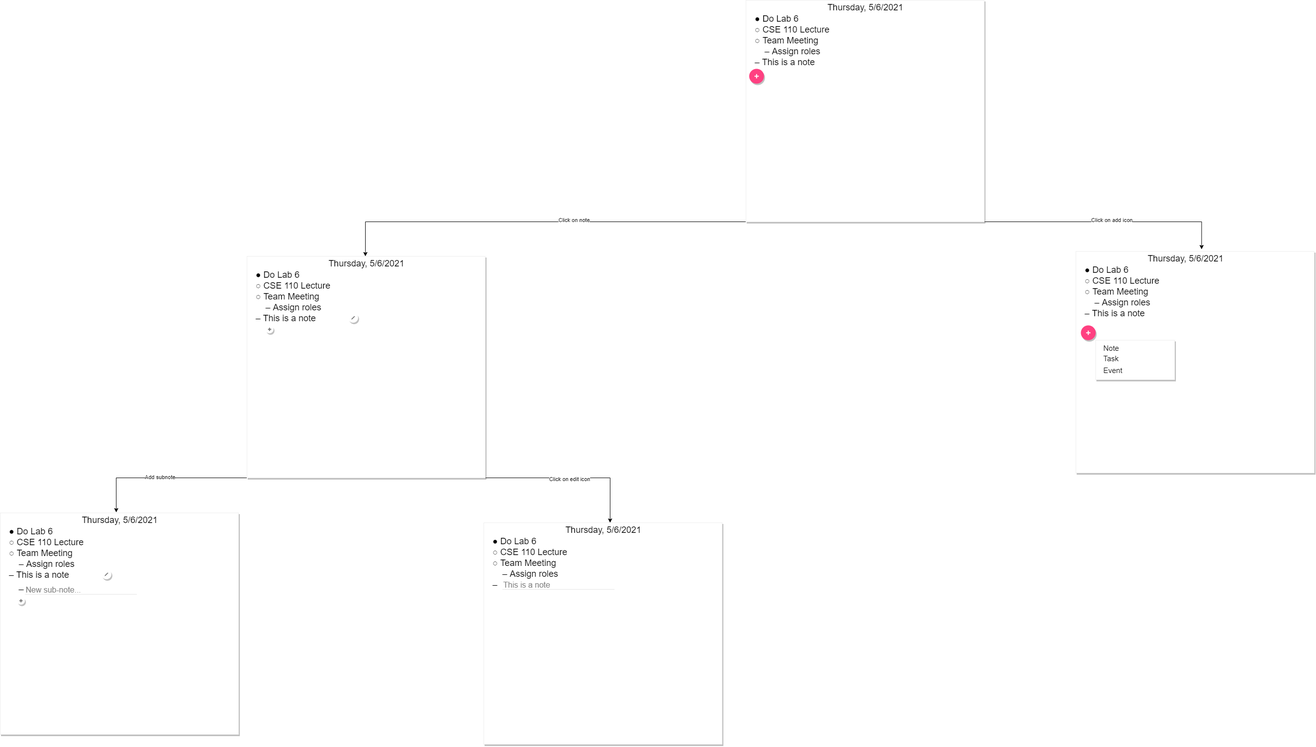
Before: specs/editor-wireframe.drawio.png, a diagram exported from draw.io (cse110-sp21-group29/cse110-sp21-group29). Source tidied: cells renumbered, new cells last; positions are measured from the earlier drawing's top-left corner, leaving out a move shared by most shapes.
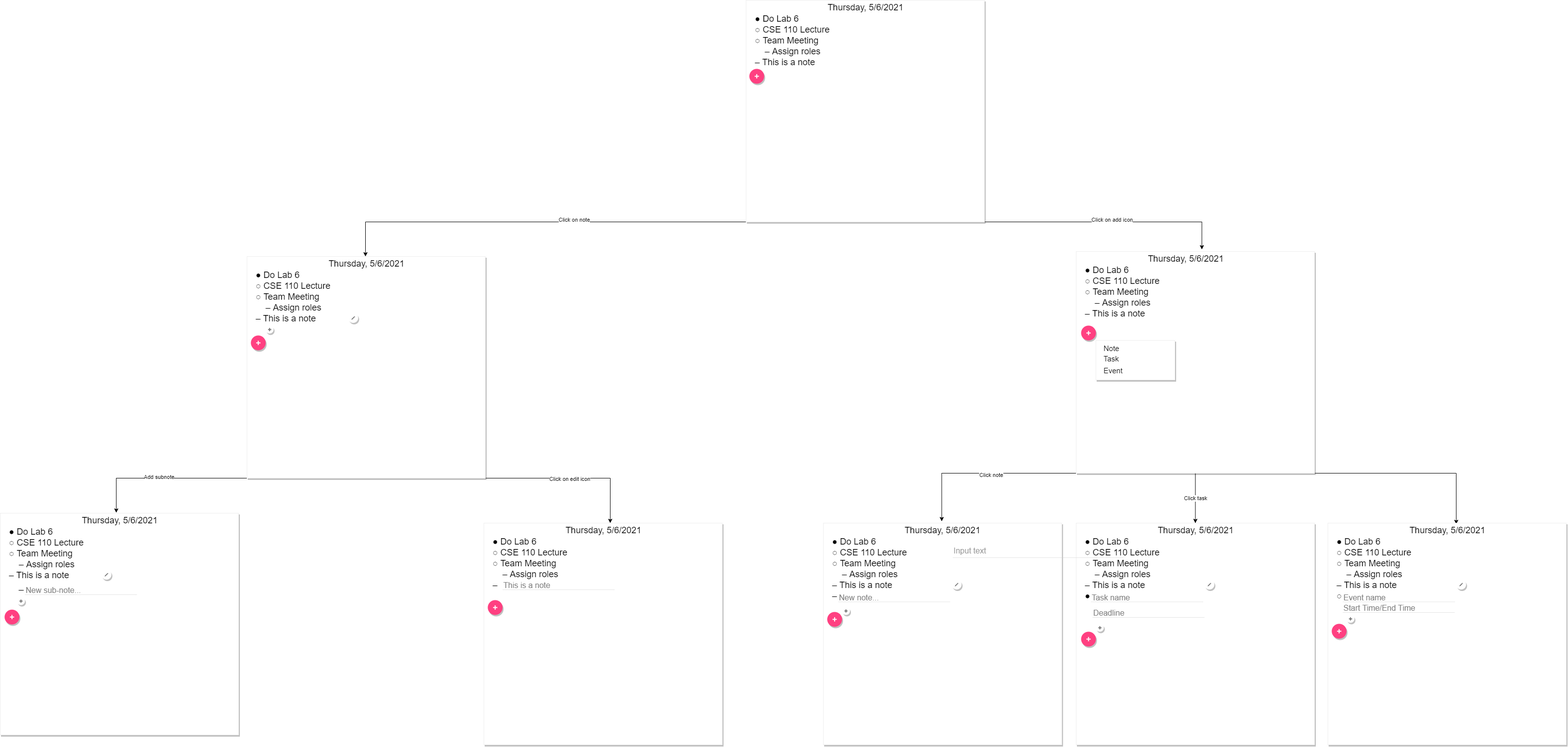
The same file after the commit.

Commit message:
Mostly done with editor wireframe

What changed in the source:
```diff
@@ -109,6 +109,26 @@
     <mxCell id="31" style="dashed=0;shape=line;strokeWidth=1;noLabel=1;strokeColor=#cccccc;opacity=50;fontFamily=Helvetica;fontSize=18;align=left;" parent="1" vertex="1">
       <mxGeometry x="1017.8" y="1189" width="227" height="10" as="geometry" />
     </mxCell>
+    <mxCell id="40" style="edgeStyle=orthogonalEdgeStyle;rounded=0;jettySize=auto;html=1;exitX=0;exitY=1;exitDx=0;exitDy=0;entryX=0.49;entryY=-0.124;entryDx=0;entryDy=0;entryPerimeter=0;" parent="1" edge="1" source="32" target="51">
+      <mxGeometry relative="1" as="geometry">
+        <Array as="points">
+          <mxPoint x="1908" y="958" />
+        </Array>
+      </mxGeometry>
+    </mxCell>
+    <mxCell id="41" value="Click note" style="edgeLabel;html=1;align=center;verticalAlign=middle;" parent="40" vertex="1">
+      <mxGeometry x="-0.07" y="4" relative="1" as="geometry" />
+    </mxCell>
+    <mxCell id="42" value="Click task" style="edgeStyle=orthogonalEdgeStyle;rounded=0;jettySize=auto;html=1;" parent="1" edge="1" source="32" target="67">
+      <mxGeometry relative="1" as="geometry" />
+    </mxCell>
+    <mxCell id="43" style="edgeStyle=orthogonalEdgeStyle;rounded=0;jettySize=auto;html=1;exitX=1;exitY=1;exitDx=0;exitDy=0;entryX=0.609;entryY=0.067;entryDx=0;entryDy=0;entryPerimeter=0;" parent="1" edge="1" source="32" target="81">
+      <mxGeometry relative="1" as="geometry">
+        <Array as="points">
+          <mxPoint x="2950" y="958" />
+        </Array>
+      </mxGeometry>
+    </mxCell>
     <mxCell id="32" value="● Do Lab 6&#10;○ CSE 110 Lecture&#10;○ Team Meeting&#10;    – Assign roles&#10;– This is a note&#10;&#10;" style="shape=rect;fillColor=#ffffff;strokeColor=#eeeeee;shadow=1;fontColor=#000000;fontSize=18;fontStyle=0;verticalAlign=top;spacingBottom=0;spacingLeft=16;spacingTop=20;align=left;fontFamily=Helvetica;" parent="1" vertex="1">
       <mxGeometry x="2180" y="509" width="483" height="449" as="geometry" />
     </mxCell>
@@ -137,5 +157,131 @@
         <mxPoint y="49" as="offset" />
       </mxGeometry>
     </mxCell>
+    <mxCell id="44" value="● Do Lab 6&#10;○ CSE 110 Lecture&#10;○ Team Meeting&#10;    – Assign roles&#10;– This is a note&#10;– &#10;" style="shape=rect;fillColor=#ffffff;strokeColor=#eeeeee;shadow=1;fontColor=#000000;fontSize=18;fontStyle=0;verticalAlign=top;spacingBottom=0;spacingLeft=16;spacingTop=20;align=left;fontFamily=Helvetica;" parent="1" vertex="1">
+      <mxGeometry x="1667.8" y="1059" width="483" height="449" as="geometry" />
+    </mxCell>
+    <mxCell id="45" value="New note..." style="text;fontColor=#808080;fontSize=16;verticalAlign=middle;strokeColor=none;fillColor=none;align=left;" parent="1" vertex="1">
+      <mxGeometry x="1697.8" y="1193.5" width="227" height="30" as="geometry" />
+    </mxCell>
+    <mxCell id="46" style="dashed=0;shape=line;strokeWidth=1;noLabel=1;strokeColor=#cccccc;opacity=50;fontFamily=Helvetica;fontSize=18;align=left;" parent="1" vertex="1">
+      <mxGeometry x="1697.8" y="1213.5" width="227" height="10" as="geometry" />
+    </mxCell>
+    <mxCell id="47" style="shape=ellipse;dashed=0;strokeColor=none;shadow=1;fontSize=13;align=center;verticalAlign=top;labelPosition=center;verticalLabelPosition=bottom;html=1;" parent="1" vertex="1">
+      <mxGeometry x="1705.6" y="1229" width="16" height="16" as="geometry" />
+    </mxCell>
+    <mxCell id="48" style="dashed=0;html=1;shape=mxgraph.gmdl.plus;strokeColor=#737373;strokeWidth=2;shadow=0;" parent="47" vertex="1">
+      <mxGeometry x="4.8" y="4.8" width="6.4" height="6.4" as="geometry" />
+    </mxCell>
+    <mxCell id="49" style="shape=ellipse;fillColor=#FF4081;strokeColor=none;shadow=1;fontFamily=Helvetica;fontSize=18;align=left;" parent="1" vertex="1">
+      <mxGeometry x="1675.6" y="1239" width="30" height="30" as="geometry" />
+    </mxCell>
+    <mxCell id="50" style="dashed=0;html=1;shape=mxgraph.gmdl.plus;strokeColor=#ffffff;strokeWidth=2;shadow=0;" parent="49" vertex="1">
+      <mxGeometry x="10.7" y="10.7" width="8.6" height="8.6" as="geometry" />
+    </mxCell>
+    <mxCell id="51" value="&lt;span style=&quot;color: rgb(0 , 0 , 0) ; text-align: left&quot;&gt;Thursday, 5/6/2021&lt;/span&gt;" style="text;html=1;align=center;verticalAlign=middle;points=[];fontSize=18;fontFamily=Helvetica;" parent="1" vertex="1">
+      <mxGeometry x="1824.3" y="1059" width="170" height="30" as="geometry" />
+    </mxCell>
+    <mxCell id="52" style="shape=ellipse;dashed=0;strokeColor=none;shadow=1;fontSize=13;align=center;verticalAlign=top;labelPosition=center;verticalLabelPosition=bottom;html=1;" parent="1" vertex="1">
+      <mxGeometry x="1927.8" y="1173.5" width="20" height="20" as="geometry" />
+    </mxCell>
+    <mxCell id="53" style="dashed=0;html=1;shape=mxgraph.gmdl.edit;strokeColor=none;fillColor=#737373;shadow=0;" parent="52" vertex="1">
+      <mxGeometry x="6.4" y="6.4" width="7.1" height="7.1" as="geometry" />
+    </mxCell>
+    <mxCell id="54" style="shape=ellipse;fillColor=#FF4081;strokeColor=none;shadow=1;fontFamily=Helvetica;fontSize=18;align=left;" parent="1" vertex="1">
+      <mxGeometry x="987.8" y="1215" width="30" height="30" as="geometry" />
+    </mxCell>
+    <mxCell id="55" style="dashed=0;html=1;shape=mxgraph.gmdl.plus;strokeColor=#ffffff;strokeWidth=2;shadow=0;" parent="54" vertex="1">
+      <mxGeometry x="10.7" y="10.7" width="8.6" height="8.6" as="geometry" />
+    </mxCell>
+    <mxCell id="56" style="shape=ellipse;fillColor=#FF4081;strokeColor=none;shadow=1;fontFamily=Helvetica;fontSize=18;align=left;" parent="1" vertex="1">
+      <mxGeometry x="8.8" y="1234.3" width="30" height="30" as="geometry" />
+    </mxCell>
+    <mxCell id="57" style="dashed=0;html=1;shape=mxgraph.gmdl.plus;strokeColor=#ffffff;strokeWidth=2;shadow=0;" parent="56" vertex="1">
+      <mxGeometry x="10.7" y="10.7" width="8.6" height="8.6" as="geometry" />
+    </mxCell>
+    <mxCell id="58" style="shape=ellipse;fillColor=#FF4081;strokeColor=none;shadow=1;fontFamily=Helvetica;fontSize=18;align=left;" parent="1" vertex="1">
+      <mxGeometry x="507.8" y="679" width="30" height="30" as="geometry" />
+    </mxCell>
+    <mxCell id="59" style="dashed=0;html=1;shape=mxgraph.gmdl.plus;strokeColor=#ffffff;strokeWidth=2;shadow=0;" parent="58" vertex="1">
+      <mxGeometry x="10.7" y="10.7" width="8.6" height="8.6" as="geometry" />
+    </mxCell>
+    <mxCell id="60" value="● Do Lab 6&#10;○ CSE 110 Lecture&#10;○ Team Meeting&#10;    – Assign roles&#10;– This is a note&#10;● &#10;" style="shape=rect;fillColor=#ffffff;strokeColor=#eeeeee;shadow=1;fontColor=#000000;fontSize=18;fontStyle=0;verticalAlign=top;spacingBottom=0;spacingLeft=16;spacingTop=20;align=left;fontFamily=Helvetica;" parent="1" vertex="1">
+      <mxGeometry x="2180" y="1059" width="483" height="449" as="geometry" />
+    </mxCell>
+    <mxCell id="61" value="Task name" style="text;fontColor=#808080;fontSize=16;verticalAlign=middle;strokeColor=none;fillColor=none;align=left;" parent="1" vertex="1">
+      <mxGeometry x="2210" y="1193.5" width="227" height="30" as="geometry" />
+    </mxCell>
+    <mxCell id="62" style="dashed=0;shape=line;strokeWidth=1;noLabel=1;strokeColor=#cccccc;opacity=50;fontFamily=Helvetica;fontSize=18;align=left;" parent="1" vertex="1">
+      <mxGeometry x="2210" y="1213.5" width="227" height="10" as="geometry" />
+    </mxCell>
+    <mxCell id="63" style="shape=ellipse;dashed=0;strokeColor=none;shadow=1;fontSize=13;align=center;verticalAlign=top;labelPosition=center;verticalLabelPosition=bottom;html=1;" parent="1" vertex="1">
+      <mxGeometry x="2220" y="1263" width="16" height="16" as="geometry" />
+    </mxCell>
+    <mxCell id="64" style="dashed=0;html=1;shape=mxgraph.gmdl.plus;strokeColor=#737373;strokeWidth=2;shadow=0;" parent="63" vertex="1">
+      <mxGeometry x="4.8" y="4.8" width="6.4" height="6.4" as="geometry" />
+    </mxCell>
+    <mxCell id="65" style="shape=ellipse;fillColor=#FF4081;strokeColor=none;shadow=1;fontFamily=Helvetica;fontSize=18;align=left;" parent="1" vertex="1">
+      <mxGeometry x="2190" y="1279" width="30" height="30" as="geometry" />
+    </mxCell>
+    <mxCell id="66" style="dashed=0;html=1;shape=mxgraph.gmdl.plus;strokeColor=#ffffff;strokeWidth=2;shadow=0;" parent="65" vertex="1">
+      <mxGeometry x="10.7" y="10.7" width="8.6" height="8.6" as="geometry" />
+    </mxCell>
+    <mxCell id="67" value="&lt;span style=&quot;color: rgb(0 , 0 , 0) ; text-align: left&quot;&gt;Thursday, 5/6/2021&lt;/span&gt;" style="text;html=1;align=center;verticalAlign=middle;points=[];fontSize=18;fontFamily=Helvetica;" parent="1" vertex="1">
+      <mxGeometry x="2336.5" y="1059" width="170" height="30" as="geometry" />
+    </mxCell>
+    <mxCell id="68" style="shape=ellipse;dashed=0;strokeColor=none;shadow=1;fontSize=13;align=center;verticalAlign=top;labelPosition=center;verticalLabelPosition=bottom;html=1;" parent="1" vertex="1">
+      <mxGeometry x="2440" y="1173.5" width="20" height="20" as="geometry" />
+    </mxCell>
+    <mxCell id="69" style="dashed=0;html=1;shape=mxgraph.gmdl.edit;strokeColor=none;fillColor=#737373;shadow=0;" parent="68" vertex="1">
+      <mxGeometry x="6.4" y="6.4" width="7.1" height="7.1" as="geometry" />
+    </mxCell>
+    <mxCell id="70" value="Input text" style="text;fontColor=#999999;fontSize=16;verticalAlign=middle;strokeColor=none;fillColor=none;" parent="1" vertex="1">
+      <mxGeometry x="1930" y="1099" width="346" height="30" as="geometry" />
+    </mxCell>
+    <mxCell id="71" style="dashed=0;shape=line;strokeWidth=1;noLabel=1;strokeColor=#cccccc;opacity=50;" parent="1" vertex="1">
+      <mxGeometry x="1930" y="1124" width="346" height="10" as="geometry" />
+    </mxCell>
+    <mxCell id="72" value="Deadline" style="text;fontColor=#808080;fontSize=16;verticalAlign=middle;strokeColor=none;fillColor=none;align=left;" parent="1" vertex="1">
+      <mxGeometry x="2213" y="1225" width="227" height="30" as="geometry" />
+    </mxCell>
+    <mxCell id="73" style="dashed=0;shape=line;strokeWidth=1;noLabel=1;strokeColor=#cccccc;opacity=50;fontFamily=Helvetica;fontSize=18;align=left;" parent="1" vertex="1">
+      <mxGeometry x="2213" y="1245" width="227" height="10" as="geometry" />
+    </mxCell>
+    <mxCell id="74" value="● Do Lab 6&#10;○ CSE 110 Lecture&#10;○ Team Meeting&#10;    – Assign roles&#10;– This is a note&#10;○ &#10;" style="shape=rect;fillColor=#ffffff;strokeColor=#eeeeee;shadow=1;fontColor=#000000;fontSize=18;fontStyle=0;verticalAlign=top;spacingBottom=0;spacingLeft=16;spacingTop=20;align=left;fontFamily=Helvetica;" parent="1" vertex="1">
+      <mxGeometry x="2690" y="1059" width="483" height="449" as="geometry" />
+    </mxCell>
+    <mxCell id="75" value="Event name" style="text;fontColor=#808080;fontSize=16;verticalAlign=middle;strokeColor=none;fillColor=none;align=left;" parent="1" vertex="1">
+      <mxGeometry x="2720" y="1193.5" width="227" height="30" as="geometry" />
+    </mxCell>
+    <mxCell id="76" style="dashed=0;shape=line;strokeWidth=1;noLabel=1;strokeColor=#cccccc;opacity=50;fontFamily=Helvetica;fontSize=18;align=left;" parent="1" vertex="1">
+      <mxGeometry x="2720" y="1213.5" width="227" height="10" as="geometry" />
+    </mxCell>
+    <mxCell id="77" style="shape=ellipse;dashed=0;strokeColor=none;shadow=1;fontSize=13;align=center;verticalAlign=top;labelPosition=center;verticalLabelPosition=bottom;html=1;" parent="1" vertex="1">
+      <mxGeometry x="2727.8" y="1245" width="16" height="16" as="geometry" />
+    </mxCell>
+    <mxCell id="78" style="dashed=0;html=1;shape=mxgraph.gmdl.plus;strokeColor=#737373;strokeWidth=2;shadow=0;" parent="77" vertex="1">
+      <mxGeometry x="4.8" y="4.8" width="6.4" height="6.4" as="geometry" />
+    </mxCell>
+    <mxCell id="79" style="shape=ellipse;fillColor=#FF4081;strokeColor=none;shadow=1;fontFamily=Helvetica;fontSize=18;align=left;" parent="1" vertex="1">
+      <mxGeometry x="2697.8" y="1263" width="30" height="30" as="geometry" />
+    </mxCell>
+    <mxCell id="80" style="dashed=0;html=1;shape=mxgraph.gmdl.plus;strokeColor=#ffffff;strokeWidth=2;shadow=0;" parent="79" vertex="1">
+      <mxGeometry x="10.7" y="10.7" width="8.6" height="8.6" as="geometry" />
+    </mxCell>
+    <mxCell id="81" value="&lt;span style=&quot;color: rgb(0 , 0 , 0) ; text-align: left&quot;&gt;Thursday, 5/6/2021&lt;/span&gt;" style="text;html=1;align=center;verticalAlign=middle;points=[];fontSize=18;fontFamily=Helvetica;" parent="1" vertex="1">
+      <mxGeometry x="2846.5" y="1059" width="170" height="30" as="geometry" />
+    </mxCell>
+    <mxCell id="82" style="shape=ellipse;dashed=0;strokeColor=none;shadow=1;fontSize=13;align=center;verticalAlign=top;labelPosition=center;verticalLabelPosition=bottom;html=1;" parent="1" vertex="1">
+      <mxGeometry x="2950" y="1173.5" width="20" height="20" as="geometry" />
+    </mxCell>
+    <mxCell id="83" style="dashed=0;html=1;shape=mxgraph.gmdl.edit;strokeColor=none;fillColor=#737373;shadow=0;" parent="82" vertex="1">
+      <mxGeometry x="6.4" y="6.4" width="7.1" height="7.1" as="geometry" />
+    </mxCell>
+    <mxCell id="84" value="Start Time/End Time" style="text;fontColor=#808080;fontSize=16;verticalAlign=middle;strokeColor=none;fillColor=none;align=left;" parent="1" vertex="1">
+      <mxGeometry x="2720" y="1215" width="227" height="30" as="geometry" />
+    </mxCell>
+    <mxCell id="85" style="dashed=0;shape=line;strokeWidth=1;noLabel=1;strokeColor=#cccccc;opacity=50;fontFamily=Helvetica;fontSize=18;align=left;" parent="1" vertex="1">
+      <mxGeometry x="2720" y="1235" width="227" height="10" as="geometry" />
+    </mxCell>
   </root>
 </mxGraphModel>
```
